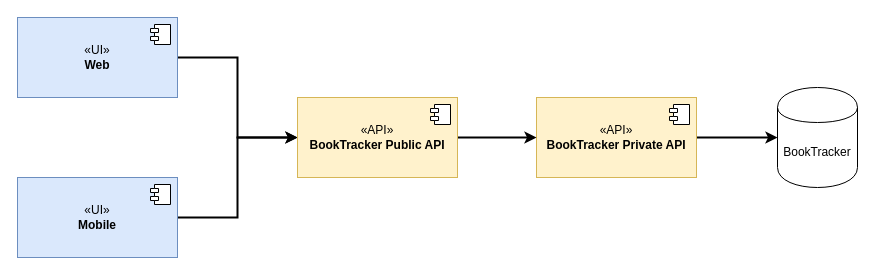
Earlier version of the draw.io diagram docs/ComponentDiagram.drawio (LionLion111/BookTracker). Source tidied: cells renumbered, new cells numbered last; positions are measured from the earlier drawing's top-left corner, leaving out a move shared by most shapes. Both pictures are drawn from the tidied source at 100%, with x=0, y=0 at pixel (17, 17).
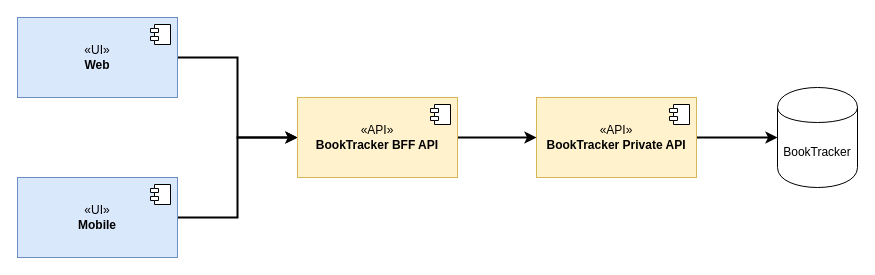
The same page after the edit.

What changed in the source:
```diff
@@
 <mxGraphModel>
   <root>
     <mxCell id="0" />
     <mxCell id="1" parent="0" />
     <mxCell id="2" style="edgeStyle=orthogonalEdgeStyle;rounded=0;jettySize=auto;html=1;strokeWidth=2;" parent="1" edge="1" source="3" target="5">
       <mxGeometry relative="1" as="geometry" />
     </mxCell>
     <mxCell id="3" value="«API»&lt;br&gt;&lt;b&gt;BookTracker Private API&lt;/b&gt;" style="html=1;whiteSpace=wrap;fillColor=#fff2cc;strokeColor=#d6b656;" parent="1" vertex="1">
       <mxGeometry x="519" y="80" width="160" height="80" as="geometry" />
     </mxCell>
     <mxCell id="4" style="shape=module;jettyWidth=8;jettyHeight=4;" parent="3" vertex="1">
       <mxGeometry x="1" width="20" height="20" relative="1" as="geometry">
         <mxPoint x="-27" y="7" as="offset" />
       </mxGeometry>
     </mxCell>
     <mxCell id="5" value="BookTracker" style="shape=cylinder;whiteSpace=wrap;html=1;boundedLbl=1;backgroundOutline=1;" parent="1" vertex="1">
       <mxGeometry x="760" y="70" width="80" height="100" as="geometry" />
     </mxCell>
     <mxCell id="6" style="edgeStyle=orthogonalEdgeStyle;rounded=0;jettySize=auto;html=1;strokeWidth=2;" parent="1" edge="1" source="7" target="13">
       <mxGeometry relative="1" as="geometry" />
     </mxCell>
     <mxCell id="7" value="«UI»&lt;br&gt;&lt;b&gt;Web&lt;/b&gt;" style="html=1;whiteSpace=wrap;fillColor=#dae8fc;strokeColor=#6c8ebf;" parent="1" vertex="1">
       <mxGeometry width="160" height="80" as="geometry" />
     </mxCell>
     <mxCell id="8" style="shape=module;jettyWidth=8;jettyHeight=4;" parent="7" vertex="1">
       <mxGeometry x="1" width="20" height="20" relative="1" as="geometry">
         <mxPoint x="-27" y="7" as="offset" />
       </mxGeometry>
     </mxCell>
     <mxCell id="9" style="edgeStyle=orthogonalEdgeStyle;rounded=0;jettySize=auto;html=1;strokeWidth=2;" parent="1" edge="1" source="10" target="13">
       <mxGeometry relative="1" as="geometry" />
     </mxCell>
     <mxCell id="10" value="«UI»&lt;br&gt;&lt;b&gt;Mobile&lt;/b&gt;" style="html=1;whiteSpace=wrap;fillColor=#dae8fc;strokeColor=#6c8ebf;" parent="1" vertex="1">
       <mxGeometry y="160" width="160" height="80" as="geometry" />
     </mxCell>
     <mxCell id="11" style="shape=module;jettyWidth=8;jettyHeight=4;" parent="10" vertex="1">
       <mxGeometry x="1" width="20" height="20" relative="1" as="geometry">
         <mxPoint x="-27" y="7" as="offset" />
       </mxGeometry>
     </mxCell>
     <mxCell id="12" style="edgeStyle=orthogonalEdgeStyle;rounded=0;jettySize=auto;html=1;strokeWidth=2;" parent="1" edge="1" source="13" target="3">
       <mxGeometry relative="1" as="geometry" />
     </mxCell>
-    <mxCell id="13" value="«API»&lt;br&gt;&lt;b&gt;BookTracker Public API&lt;/b&gt;" style="html=1;whiteSpace=wrap;fillColor=#fff2cc;strokeColor=#d6b656;" parent="1" vertex="1">
+    <mxCell id="13" value="«API»&lt;br&gt;&lt;b&gt;BookTracker BFF API&lt;/b&gt;" style="html=1;whiteSpace=wrap;fillColor=#fff2cc;strokeColor=#d6b656;" parent="1" vertex="1">
       <mxGeometry x="280" y="80" width="160" height="80" as="geometry" />
     </mxCell>
     <mxCell id="14" style="shape=module;jettyWidth=8;jettyHeight=4;" parent="13" vertex="1">
       <mxGeometry x="1" width="20" height="20" relative="1" as="geometry">
         <mxPoint x="-27" y="7" as="offset" />
       </mxGeometry>
     </mxCell>
   </root>
 </mxGraphModel>
```
